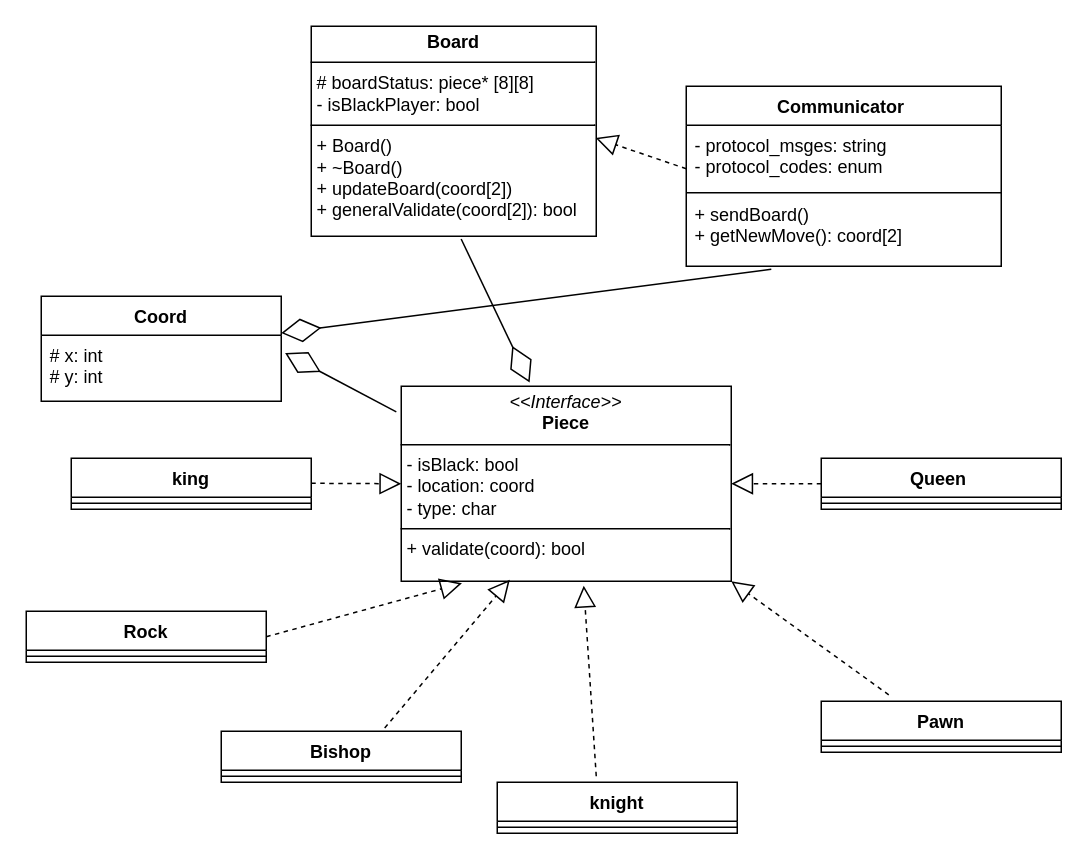
The draw.io diagram ChessGame_frontend_UML.drawio in ShonPis1/ChessTeam4, before the edit. Source tidied: cells renumbered, new cells numbered last; positions are measured from the earlier drawing's top-left corner, leaving out a move shared by most shapes. Both pictures are drawn from the tidied source at 150%, with x=0, y=0 at pixel (26, 26).
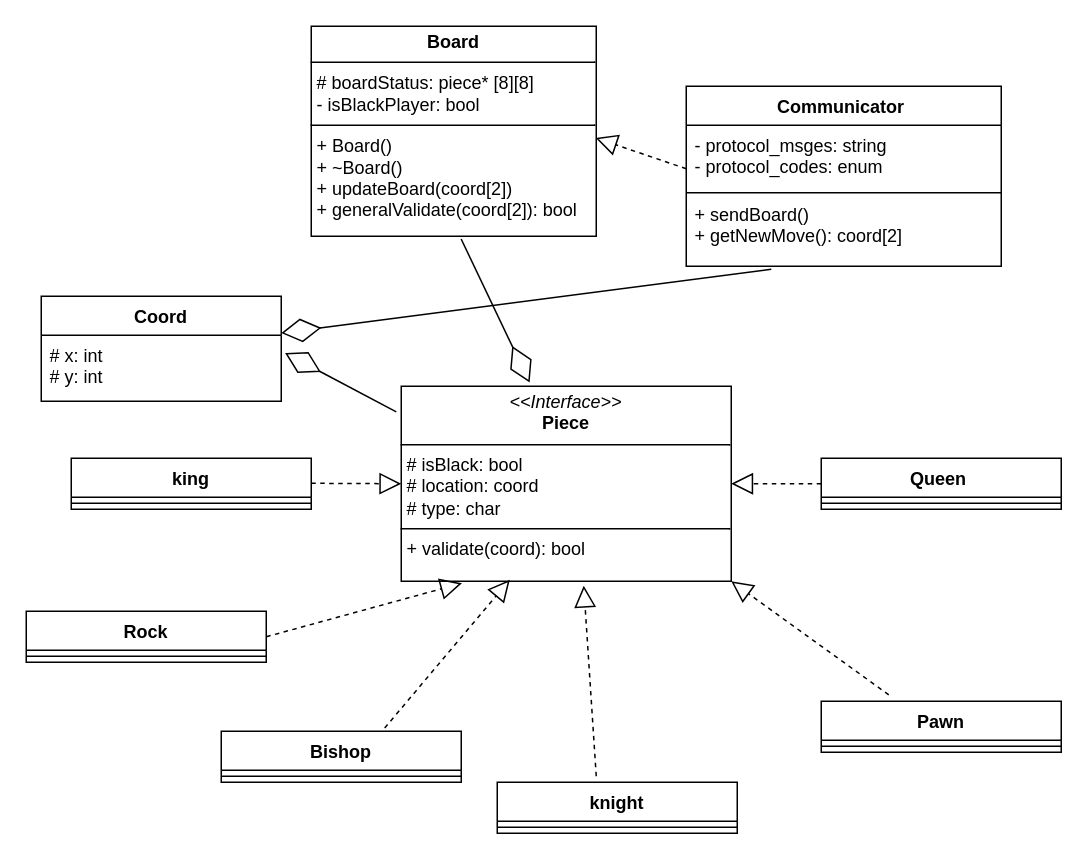
After the change.

Commit message:
fix: change visibility of peace fields in UML to protected

Diff of the diagram source:
```diff
@@
-    <mxCell id="2" value="&lt;p style=&quot;margin:0px;margin-top:4px;text-align:center;&quot;&gt;&lt;i&gt;&amp;lt;&amp;lt;Interface&amp;gt;&amp;gt;&lt;/i&gt;&lt;br&gt;&lt;b&gt;Piece&lt;/b&gt;&lt;/p&gt;&lt;hr size=&quot;1&quot; style=&quot;border-style:solid;&quot;&gt;&lt;p style=&quot;margin:0px;margin-left:4px;&quot;&gt;- isBlack: bool&lt;br&gt;- location: coord&lt;/p&gt;&lt;p style=&quot;margin:0px;margin-left:4px;&quot;&gt;- type: char&lt;/p&gt;&lt;hr size=&quot;1&quot; style=&quot;border-style:solid;&quot;&gt;&lt;p style=&quot;margin:0px;margin-left:4px;&quot;&gt;+ validate(coord): bool&lt;br&gt;&lt;br&gt;&lt;/p&gt;" style="verticalAlign=top;align=left;overflow=fill;html=1;whiteSpace=wrap;" parent="1" vertex="1">
+    <mxCell id="2" value="&lt;p style=&quot;margin:0px;margin-top:4px;text-align:center;&quot;&gt;&lt;i&gt;&amp;lt;&amp;lt;Interface&amp;gt;&amp;gt;&lt;/i&gt;&lt;br&gt;&lt;b&gt;Piece&lt;/b&gt;&lt;/p&gt;&lt;hr size=&quot;1&quot; style=&quot;border-style:solid;&quot;&gt;&lt;p style=&quot;margin:0px;margin-left:4px;&quot;&gt;# isBlack: bool&lt;br&gt;# location: coord&lt;/p&gt;&lt;p style=&quot;margin:0px;margin-left:4px;&quot;&gt;# type: char&lt;/p&gt;&lt;hr size=&quot;1&quot; style=&quot;border-style:solid;&quot;&gt;&lt;p style=&quot;margin:0px;margin-left:4px;&quot;&gt;+ validate(coord): bool&lt;br&gt;&lt;br&gt;&lt;/p&gt;" style="verticalAlign=top;align=left;overflow=fill;html=1;whiteSpace=wrap;" parent="1" vertex="1">
       <mxGeometry x="250" y="240" width="220" height="130" as="geometry" />
     </mxCell>
```
